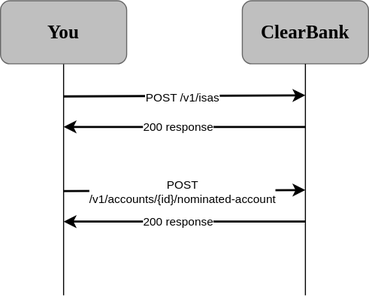
clearbank/clearbank.github.io keeps this draw.io diagram as static/assets/images/open-a-cash-isa.svg. Above is the earlier version. Source tidied: cells renumbered, new cells last; positions are measured from the earlier drawing's top-left corner, leaving out a move shared by most shapes.
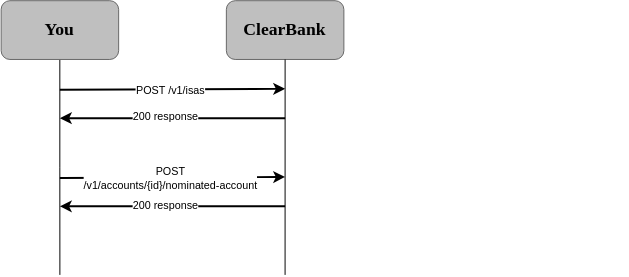
After the change.

Diff of the diagram source:
```diff
@@ -65,5 +65,8 @@
         <mxPoint x="3" as="offset" />
       </mxGeometry>
     </mxCell>
+    <mxCell id="14" style="rounded=1;whiteSpace=wrap;html=1;fillColor=none;strokeColor=none;" parent="1" vertex="1">
+      <mxGeometry x="420" y="120" width="220" height="60" as="geometry" />
+    </mxCell>
   </root>
 </mxGraphModel>
```
